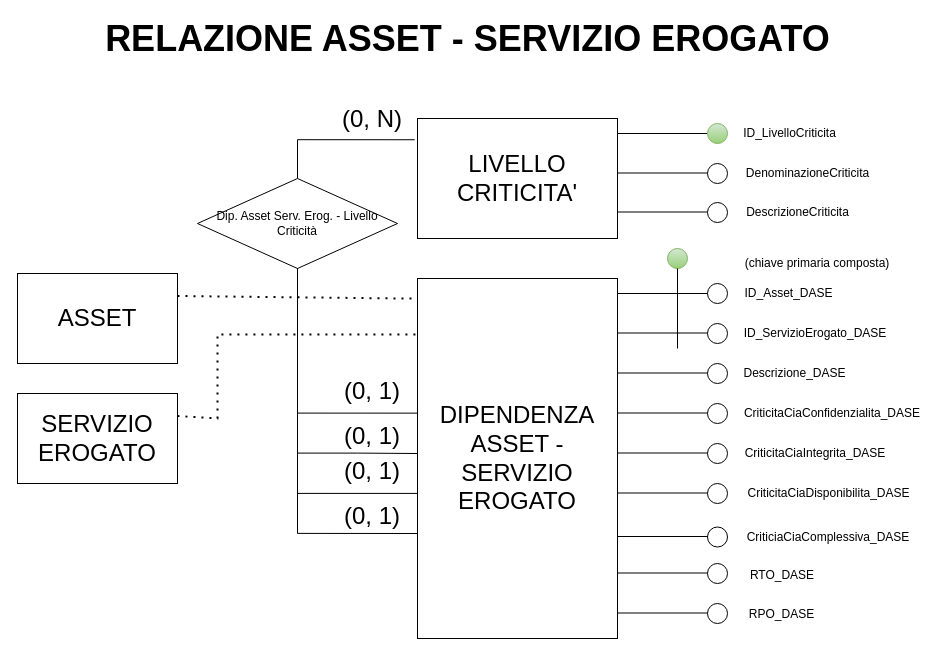
Before: Modello Concettuale/Drawio/Relazione Asset - Servizio Erogato.drawio in maurizion71/progetto, a draw.io diagram. Source tidied: cells renumbered, new cells numbered last; positions are measured from the earlier drawing's top-left corner, leaving out a move shared by most shapes. Both pictures are drawn from the tidied source at 100%, with x=0, y=0 at pixel (17, 18).
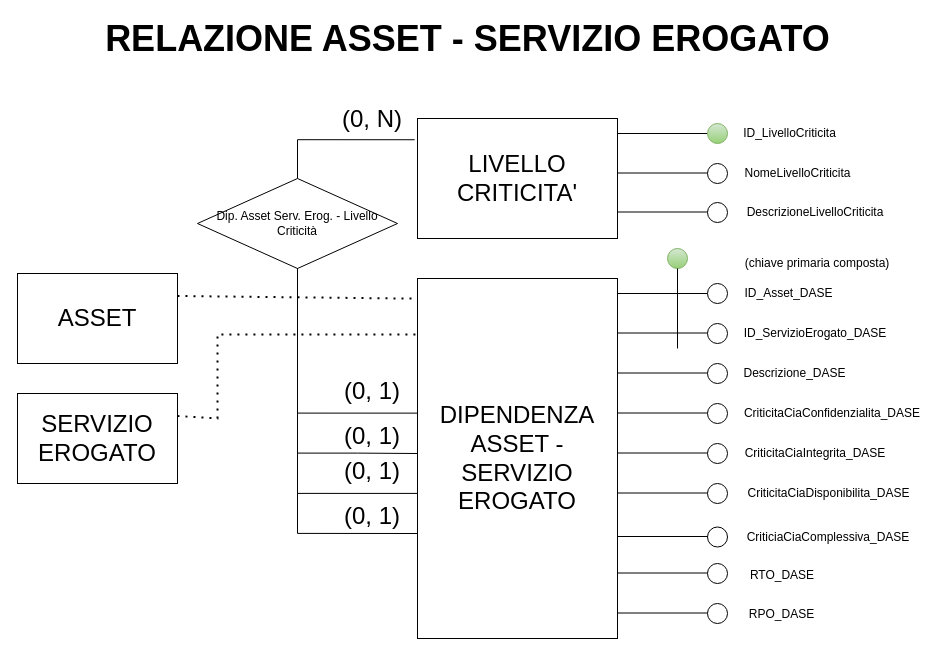
The same diagram, later.

Commit message (it also covers changes not shown here):
Correzione schemi modello concettuale (Entità Servizio Fruito e Relazione Asset - Servizio Erogato)

Change to the diagram source:
```diff
@@
-    <mxCell id="37" value="DenominazioneCriticita" style="text;html=1;whiteSpace=wrap;strokeColor=none;fillColor=none;align=center;verticalAlign=middle;rounded=0;" parent="1" vertex="1">
-      <mxGeometry x="739" y="140" width="102.5" height="30" as="geometry" />
+    <mxCell id="37" value="NomeLivelloCriticita" style="text;html=1;whiteSpace=wrap;strokeColor=none;fillColor=none;align=center;verticalAlign=middle;rounded=0;" parent="1" vertex="1">
+      <mxGeometry x="729" y="140" width="102.5" height="30" as="geometry" />
     </mxCell>
@@
-    <mxCell id="46" value="DescrizioneCriticita" style="text;html=1;whiteSpace=wrap;strokeColor=none;fillColor=none;align=center;verticalAlign=middle;rounded=0;" parent="1" vertex="1">
-      <mxGeometry x="729" y="179" width="102.5" height="30" as="geometry" />
+    <mxCell id="46" value="DescrizioneLivelloCriticita" style="text;html=1;whiteSpace=wrap;strokeColor=none;fillColor=none;align=center;verticalAlign=middle;rounded=0;" parent="1" vertex="1">
+      <mxGeometry x="729" y="179" width="137.5" height="30" as="geometry" />
     </mxCell>
```
